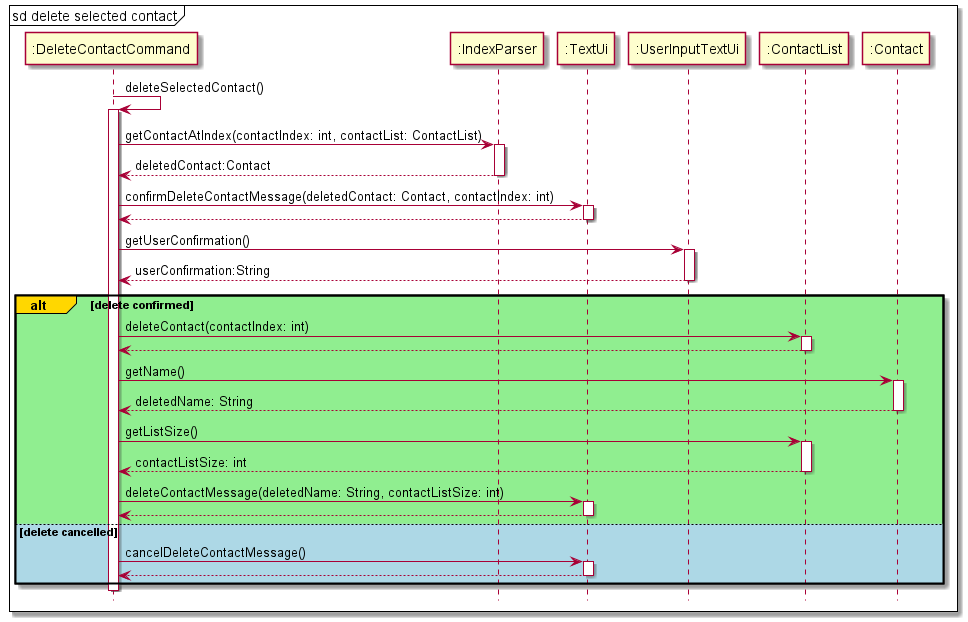
Before: docs/images/DeleteSelectedContact.png, a diagram exported from PlantUML (nus-cs2113-AY2122S1/tp).
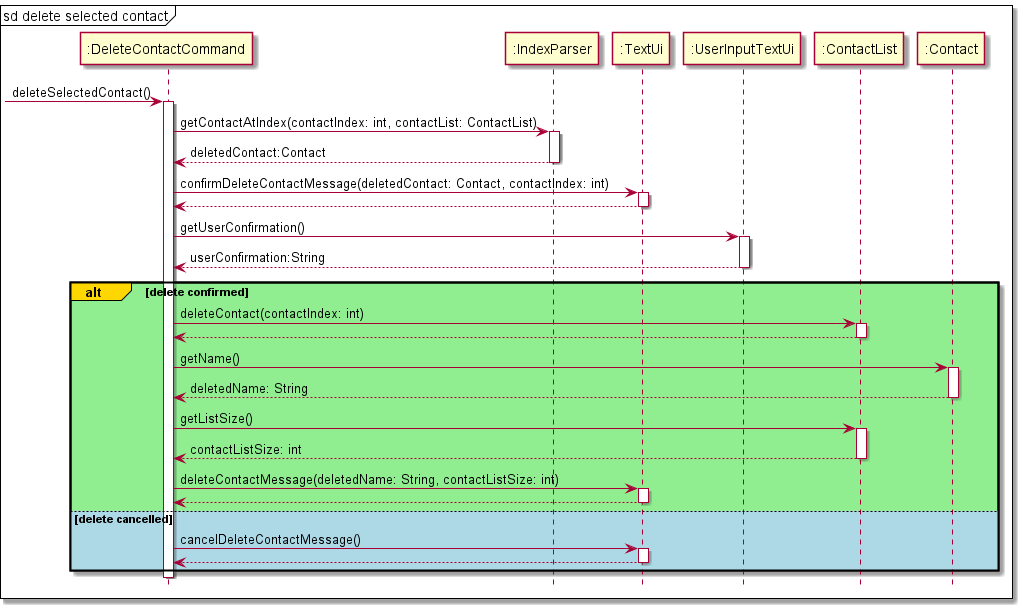
Above is the later version.

The edit, as a diff of the source:
```diff
@@ -1,7 +1,7 @@
 @startuml
 hide footbox
 mainframe sd delete selected contact
-":DeleteContactCommand" -> ":DeleteContactCommand":deleteSelectedContact()
+-> ":DeleteContactCommand":deleteSelectedContact()
 activate ":DeleteContactCommand"
 
 ":DeleteContactCommand" -> ":IndexParser": getContactAtIndex(contactIndex: int, contactList: ContactList)
```
